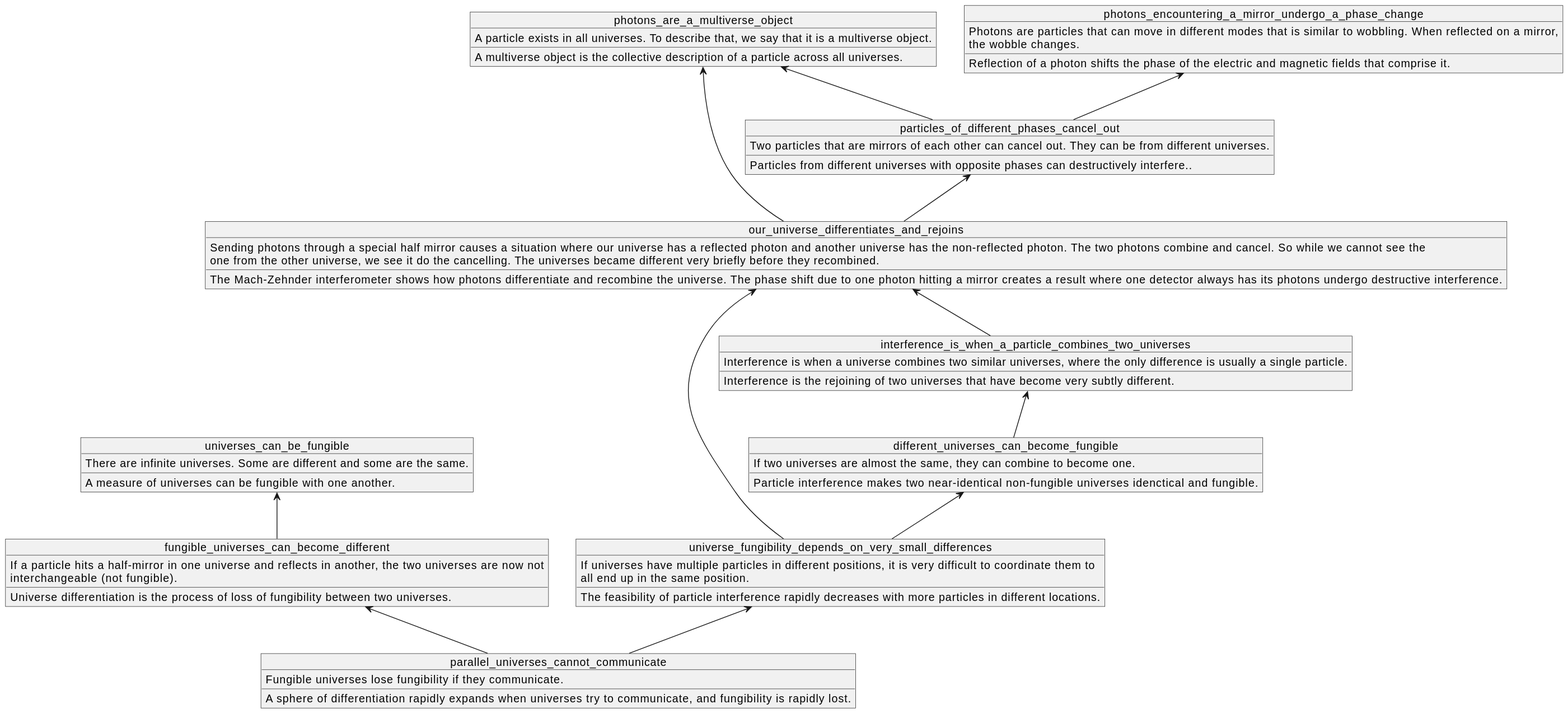
ceramic-sf/ceramic-sf.github.io keeps this PlantUML diagram as docs/assets/images_quick_boi/bolq_diagram_parallel_universes_cannot_communicate/bolq_diagram_parallel_universes_cannot_communicate.svg. Above is the earlier version. The source it was exported from:
```plantuml
@startuml bolq_diagram_parallel_universes_cannot_communicate

object parallel_universes_cannot_communicate {
Fungible universes lose fungibility if they communicate.
____
A sphere of differentiation rapidly expands when universes try to communicate, and fungibility is rapidly lost.
}
fungible_universes_can_become_different <-- parallel_universes_cannot_communicate
universe_fungibility_depends_on_very_small_differences <-- parallel_universes_cannot_communicate

object fungible_universes_can_become_different {
If a particle hits a half-mirror in one universe and reflects in another, the two universes are now not
interchangeable (not fungible).
____
Universe differentiation is the process of loss of fungibility between two universes.
}
universes_can_be_fungible <-- fungible_universes_can_become_different

object universe_fungibility_depends_on_very_small_differences {
If universes have multiple particles in different positions, it is very difficult to coordinate them to
all end up in the same position.
____
The feasibility of particle interference rapidly decreases with more particles in different locations.
}
different_universes_can_become_fungible <-- universe_fungibility_depends_on_very_small_differences
our_universe_differentiates_and_rejoins <-- universe_fungibility_depends_on_very_small_differences

object universes_can_be_fungible {
There are infinite universes. Some are different and some are the same.
____
A measure of universes can be fungible with one another.
}

object different_universes_can_become_fungible {
If two universes are almost the same, they can combine to become one.
____
Particle interference makes two near-identical non-fungible universes idenctical and fungible.
}
interference_is_when_a_particle_combines_two_universes <-- different_universes_can_become_fungible

object our_universe_differentiates_and_rejoins {
Sending photons through a special half mirror causes a situation where our universe has a reflected photon and another universe has the non-reflected photon. The two photons combine and cancel. So while we cannot see the
one from the other universe, we see it do the cancelling. The universes became different very briefly before they recombined.
____
The Mach-Zehnder interferometer shows how photons differentiate and recombine the universe. The phase shift due to one photon hitting a mirror creates a result where one detector always has its photons undergo destructive interference.
}
photons_are_a_multiverse_object <-- our_universe_differentiates_and_rejoins
particles_of_different_phases_cancel_out <-- our_universe_differentiates_and_rejoins

object interference_is_when_a_particle_combines_two_universes {
Interference is when a universe combines two similar universes, where the only difference is usually a single particle.
____
Interference is the rejoining of two universes that have become very subtly different.
}
our_universe_differentiates_and_rejoins <-- interference_is_when_a_particle_combines_two_universes

object photons_are_a_multiverse_object {
A particle exists in all universes. To describe that, we say that it is a multiverse object.
____
A multiverse object is the collective description of a particle across all universes.
}

object particles_of_different_phases_cancel_out {
Two particles that are mirrors of each other can cancel out. They can be from different universes.
____
Particles from different universes with opposite phases can destructively interfere..
}
photons_are_a_multiverse_object <-- particles_of_different_phases_cancel_out
photons_encountering_a_mirror_undergo_a_phase_change <-- particles_of_different_phases_cancel_out

object photons_encountering_a_mirror_undergo_a_phase_change {
Photons are particles that can move in different modes that is similar to wobbling. When reflected on a mirror,
the wobble changes.
____
Reflection of a photon shifts the phase of the electric and magnetic fields that comprise it.
}
@enduml
```
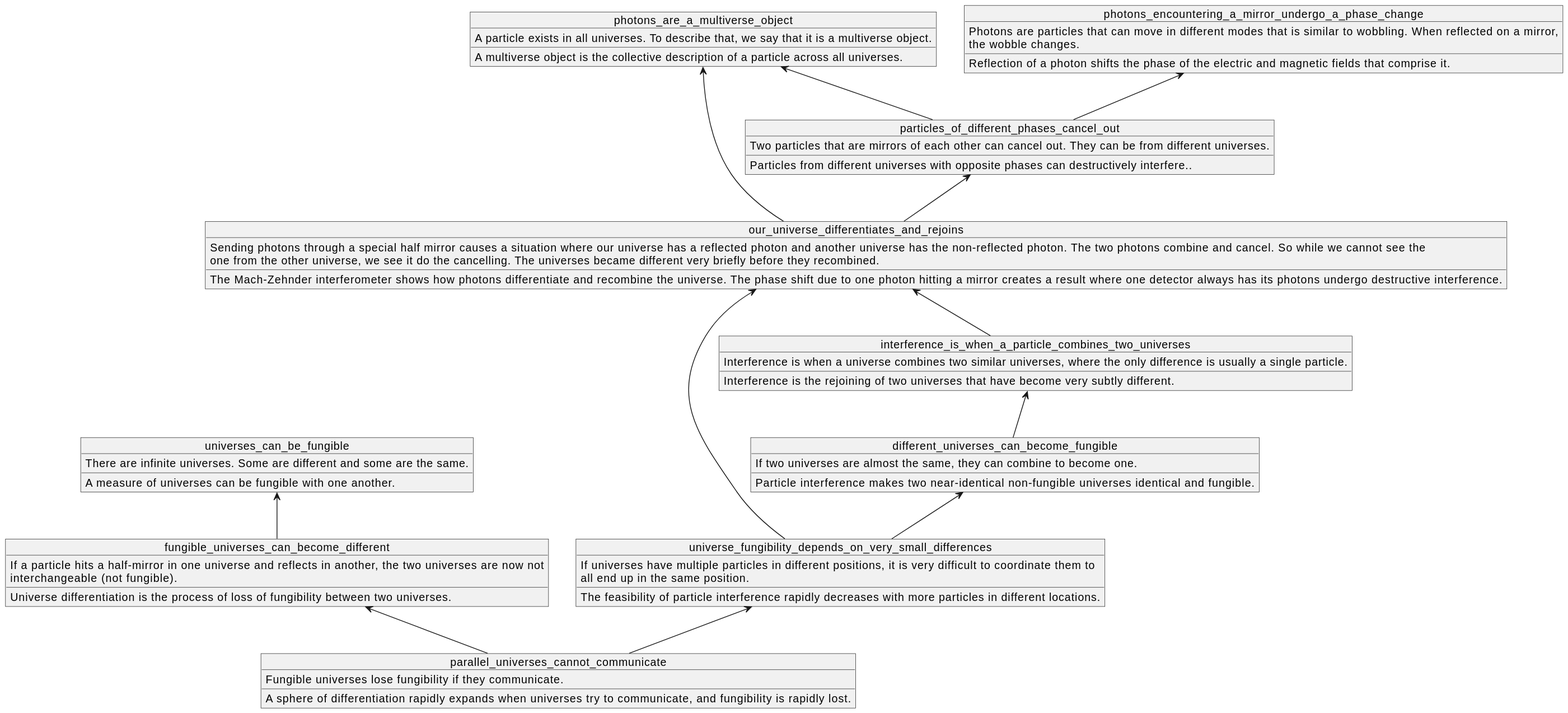
The same file after the commit.

The edit, as a diff of the source:
```diff
@@ -34,7 +34,7 @@
 object different_universes_can_become_fungible {
 If two universes are almost the same, they can combine to become one.
 ____
-Particle interference makes two near-identical non-fungible universes idenctical and fungible.
+Particle interference makes two near-identical non-fungible universes identical and fungible.
 }
 interference_is_when_a_particle_combines_two_universes <-- different_universes_can_become_fungible
 
```
